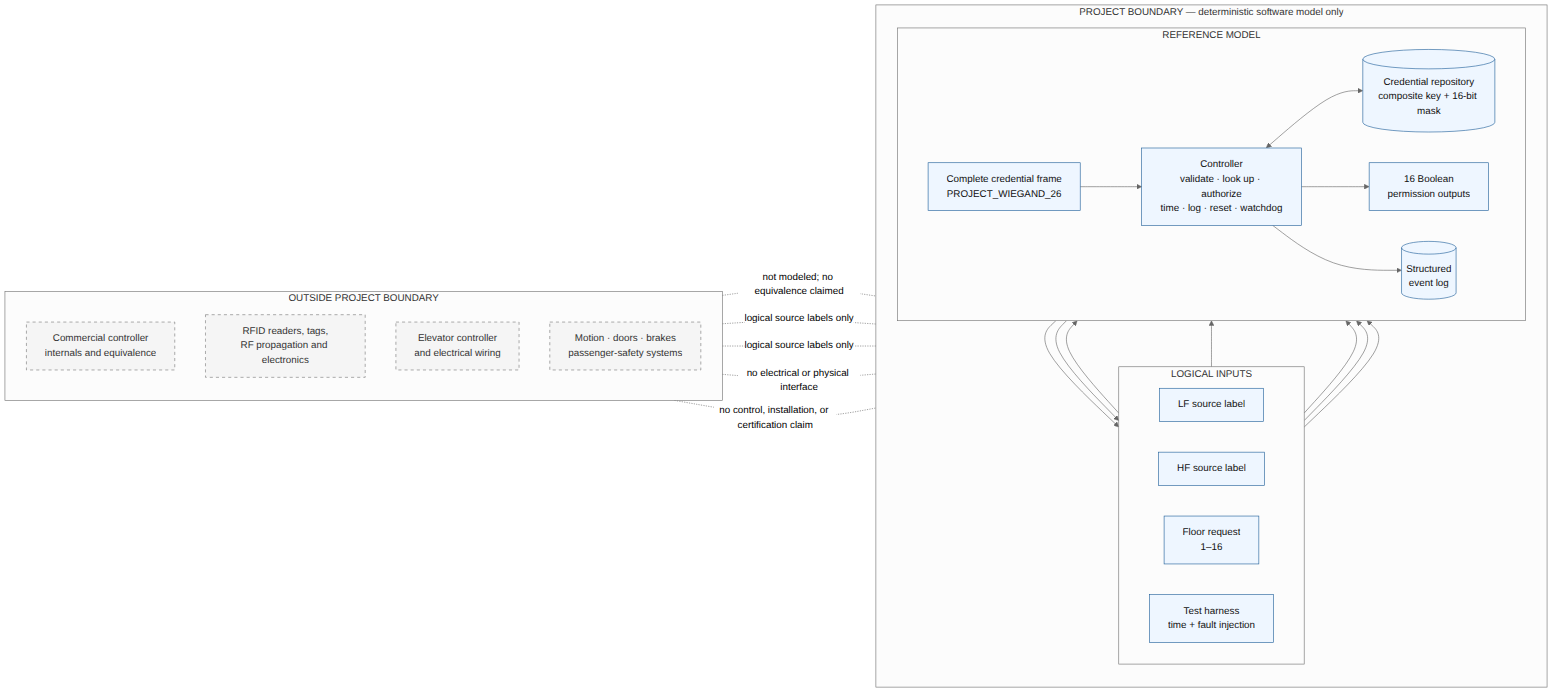
Above: docs/figures/system_context.png in BarShtainv/EEEProjectElevator (Mermaid), before the change. Its source is kept beside it as docs/figures/system_context.mmd.
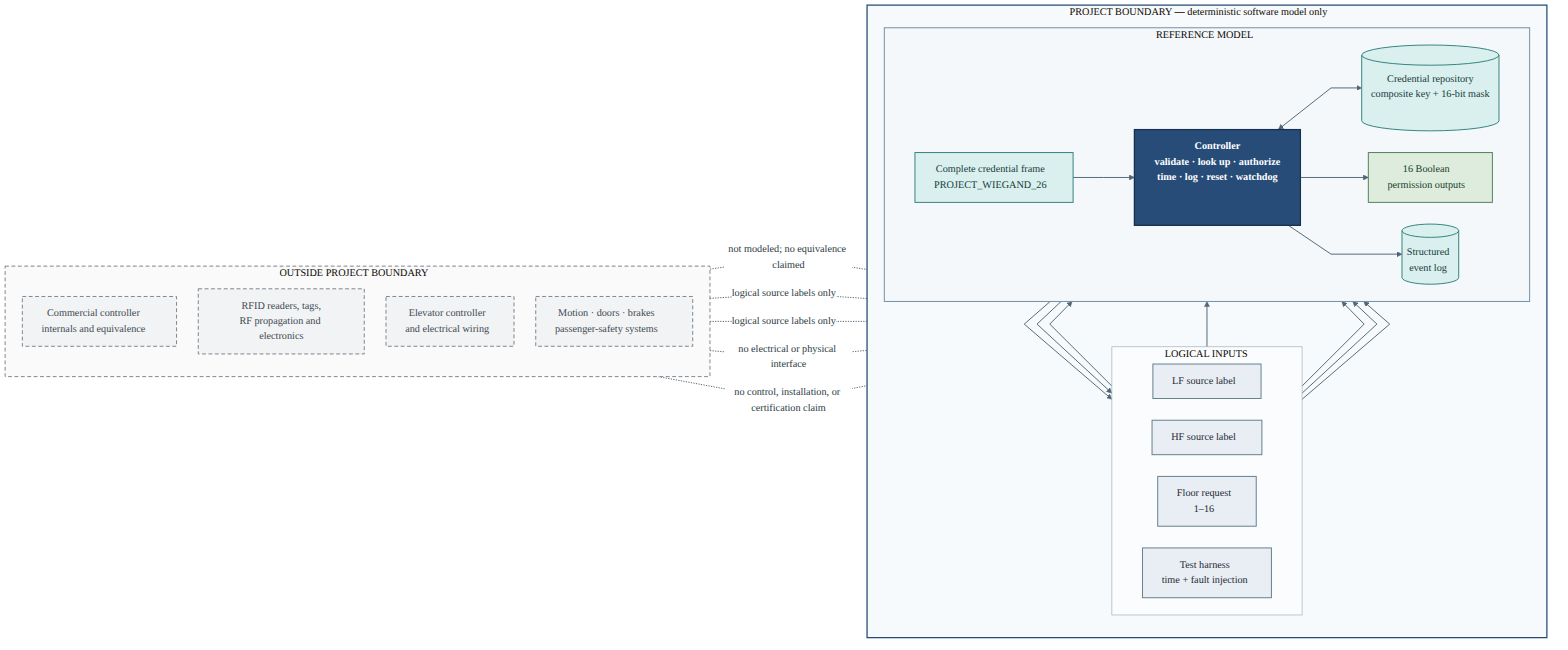
Later version of the same file.

What changed in the source:
```diff
@@ -1,3 +1,4 @@
+%%{init: {"theme":"base","themeVariables":{"fontFamily":"Arial, sans-serif","fontSize":"16px","primaryTextColor":"#1F2933","lineColor":"#526574","edgeLabelBackground":"#FFFFFF","clusterBkg":"#F8FAFC","clusterBorder":"#8A9BA8"},"flowchart":{"curve":"linear","nodeSpacing":34,"rankSpacing":46,"htmlLabels":true}}}%%
 flowchart LR
 
     subgraph PB["PROJECT BOUNDARY — deterministic software model only"]
@@ -47,7 +48,20 @@
     ELEV -. "no electrical or physical interface" .- OUT
     SAFETY -. "no control, installation, or certification claim" .- OUT
 
-    classDef outside fill:#f5f5f5,stroke:#777,stroke-dasharray:5 5,color:#333;
-    classDef boundary fill:#eef6ff,stroke:#1f5f99,color:#111;
-    class COMM,RFID,ELEV,SAFETY outside;
-    class LF,HF,MSG,FLOOR,HARNESS,CTRL,DB,OUT,LOG boundary;
+    classDef external fill:#E8EEF3,stroke:#607D8B,color:#1F2933,stroke-width:1.5px;
+    classDef controller fill:#274C77,stroke:#16324F,color:#FFFFFF,stroke-width:2px,font-weight:600;
+    classDef data fill:#D9F0EE,stroke:#2F7F7B,color:#183A3A,stroke-width:1.5px;
+    classDef success fill:#DDECDD,stroke:#4E7D57,color:#203D27,stroke-width:1.5px;
+    classDef outOfScope fill:#F1F3F5,stroke:#7A828A,color:#3E4850,stroke-width:1.5px,stroke-dasharray:6 4;
+
+    class LF,HF,FLOOR,HARNESS external;
+    class CTRL controller;
+    class MSG,DB,LOG data;
+    class OUT success;
+    class COMM,RFID,ELEV,SAFETY outOfScope;
+
+    style PB fill:#F7FAFC,stroke:#274C77,stroke-width:2px
+    style INPUTS fill:#FBFCFD,stroke:#9AAAB6,stroke-width:1px
+    style MODEL fill:#F4F8FB,stroke:#6D8CA4,stroke-width:1.5px
+    style EX fill:#FAFAFA,stroke:#7A828A,stroke-width:1.5px,stroke-dasharray:6 4
+    linkStyle default stroke:#526574,stroke-width:1.5px,color:#2B3A42
```
